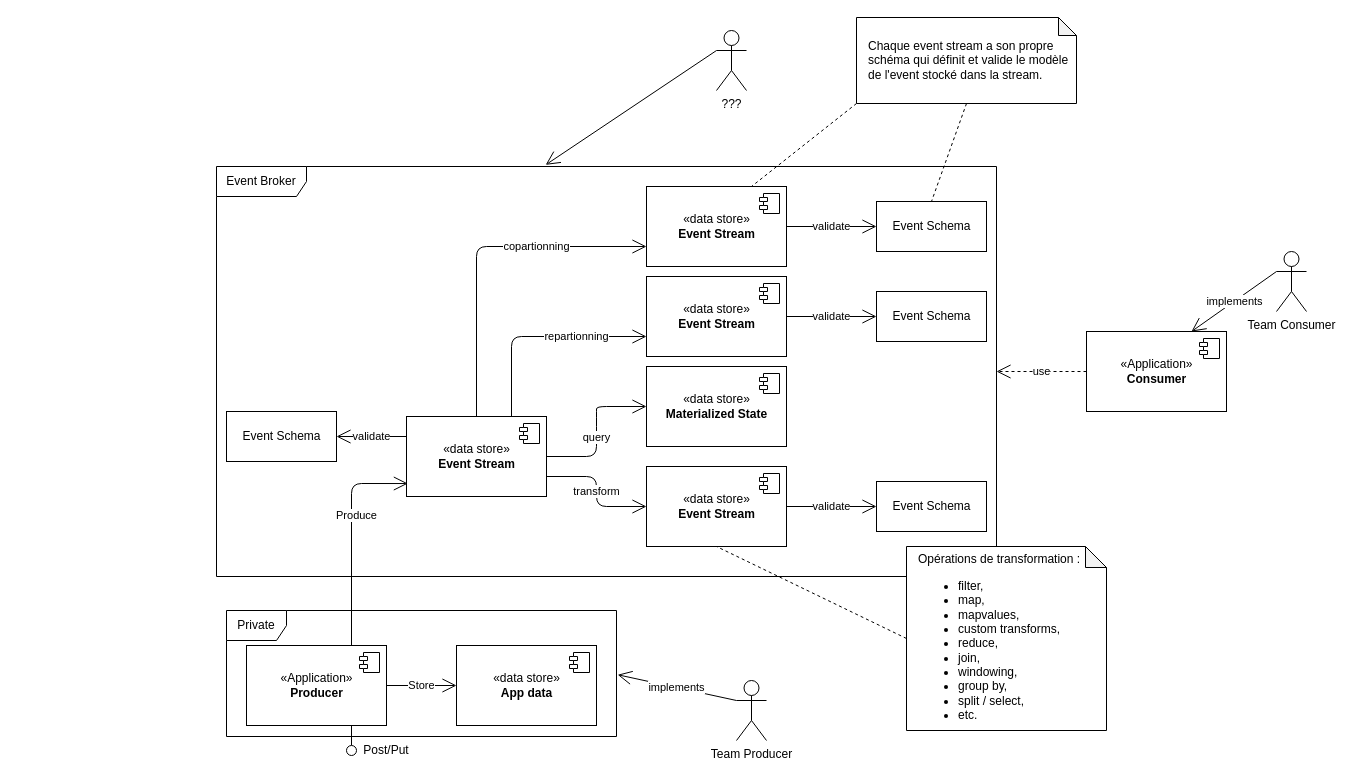
The draw.io diagram page "Page-2" (2 of 2) of drafts/data-liberation.drawio in diplomegalo/event-driven, before the edit. Source tidied: cells renumbered, new cells numbered last; positions are measured from the earlier drawing's top-left corner, leaving out a move shared by most shapes. Both pictures are drawn from the tidied source at 100%, with x=0, y=0 at pixel (216, 17).
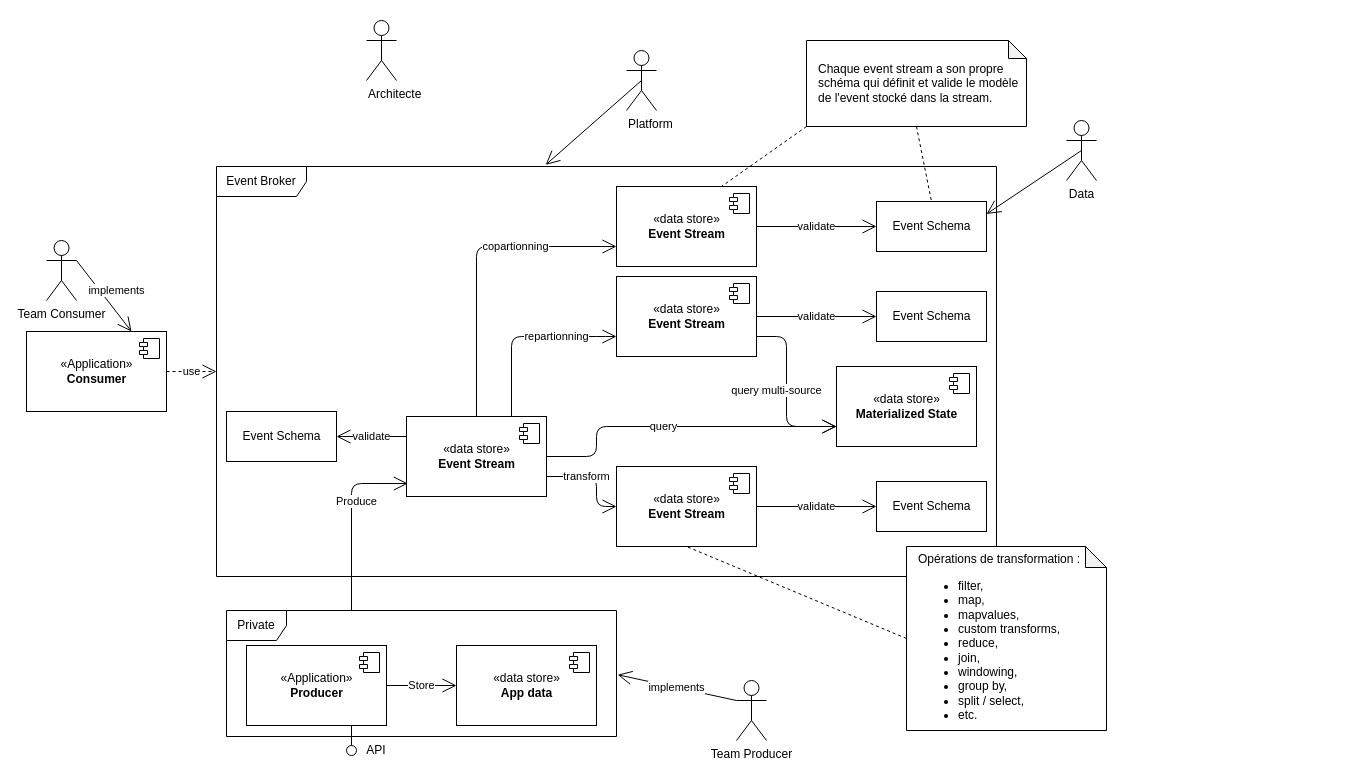
The same diagram, later.

Commit message (it also covers changes not shown here):
Integrating Event-Driven and Request-Response Microservices

The change refers to these unchanged cells:
```xml
<mxCell id="3" value="Event Broker" style="shape=umlFrame;whiteSpace=wrap;html=1;width=90;height=30;" parent="1" vertex="1">
  <mxGeometry y="149" width="780" height="410" as="geometry" />
</mxCell>
<mxCell id="4" value="«Application»&lt;br&gt;&lt;b&gt;Producer&lt;/b&gt;" style="html=1;" parent="1" vertex="1">
  <mxGeometry x="30" y="628" width="140" height="80" as="geometry" />
</mxCell>
<mxCell id="12" value="«data store»&lt;br&gt;&lt;b&gt;Event Stream&lt;/b&gt;" style="html=1;" parent="1" vertex="1">
  <mxGeometry x="190" y="399" width="140" height="80" as="geometry" />
</mxCell>
<mxCell id="38" value="Event Schema" style="html=1;" parent="1" vertex="1">
  <mxGeometry x="660" y="184" width="110" height="50" as="geometry" />
</mxCell>
```

The edit, as a diff of the source:
```diff
@@
-    <mxCell id="10" value="Post/Put" style="text;html=1;strokeColor=none;fillColor=none;align=center;verticalAlign=middle;whiteSpace=wrap;rounded=0;" parent="1" vertex="1">
-      <mxGeometry x="150" y="723" width="40" height="20" as="geometry" />
+    <mxCell id="10" value="API" style="text;html=1;strokeColor=none;fillColor=none;align=center;verticalAlign=middle;whiteSpace=wrap;rounded=0;" parent="1" vertex="1">
+      <mxGeometry x="140" y="723" width="40" height="20" as="geometry" />
     </mxCell>
@@
-    <mxCell id="14" value="Produce" style="endArrow=open;endFill=1;endSize=12;html=1;exitX=0.75;exitY=0;exitDx=0;exitDy=0;entryX=0.01;entryY=0.838;entryDx=0;entryDy=0;entryPerimeter=0;" parent="1" edge="1" source="4" target="12">
+    <mxCell id="14" value="Produce" style="endArrow=open;endFill=1;endSize=12;html=1;entryX=0.01;entryY=0.838;entryDx=0;entryDy=0;entryPerimeter=0;" parent="1" edge="1" target="12">
       <mxGeometry x="0.19" y="-5" relative="1" as="geometry">
+        <mxPoint x="135" y="593" as="sourcePoint" />
         <Array as="points">
           <mxPoint x="135" y="466" />
         </Array>
       </mxGeometry>
     </mxCell>
     <mxCell id="15" value="«data store»&lt;br&gt;&lt;b&gt;Materialized State&lt;/b&gt;" style="html=1;" parent="1" vertex="1">
-      <mxGeometry x="430" y="349" width="140" height="80" as="geometry" />
+      <mxGeometry x="620" y="349" width="140" height="80" as="geometry" />
     </mxCell>
@@
     <mxCell id="17" value="«data store»&lt;br&gt;&lt;b&gt;Event Stream&lt;/b&gt;" style="html=1;" parent="1" vertex="1">
-      <mxGeometry x="430" y="449" width="140" height="80" as="geometry" />
+      <mxGeometry x="400" y="449" width="140" height="80" as="geometry" />
     </mxCell>
@@
     <mxCell id="19" value="transform" style="endArrow=open;endFill=1;endSize=12;html=1;exitX=1;exitY=0.75;exitDx=0;exitDy=0;entryX=0;entryY=0.5;entryDx=0;entryDy=0;" parent="1" edge="1" source="12" target="17">
-      <mxGeometry relative="1" as="geometry">
+      <mxGeometry x="-0.2" relative="1" as="geometry">
         <Array as="points">
           <mxPoint x="380" y="459" />
           <mxPoint x="380" y="489" />
         </Array>
       </mxGeometry>
     </mxCell>
@@
-    <mxCell id="22" value="query" style="endArrow=open;endFill=1;endSize=12;html=1;exitX=1;exitY=0.5;exitDx=0;exitDy=0;entryX=0;entryY=0.5;entryDx=0;entryDy=0;" parent="1" edge="1" source="12" target="15">
+    <mxCell id="22" value="query" style="endArrow=open;endFill=1;endSize=12;html=1;exitX=1;exitY=0.5;exitDx=0;exitDy=0;entryX=0;entryY=0.75;entryDx=0;entryDy=0;" parent="1" edge="1" source="12" target="15">
       <mxGeometry x="-0.08" relative="1" as="geometry">
         <Array as="points">
           <mxPoint x="380" y="439" />
-          <mxPoint x="380" y="399" />
-          <mxPoint x="380" y="389" />
+          <mxPoint x="380" y="409" />
         </Array>
       </mxGeometry>
     </mxCell>
     <mxCell id="23" value="«data store»&lt;br&gt;&lt;b&gt;Event Stream&lt;/b&gt;" style="html=1;" parent="1" vertex="1">
-      <mxGeometry x="430" y="259" width="140" height="80" as="geometry" />
+      <mxGeometry x="400" y="259" width="140" height="80" as="geometry" />
     </mxCell>
@@
     <mxCell id="25" value="«data store»&lt;br&gt;&lt;b&gt;Event Stream&lt;/b&gt;" style="html=1;" parent="1" vertex="1">
-      <mxGeometry x="430" y="169" width="140" height="80" as="geometry" />
+      <mxGeometry x="400" y="169" width="140" height="80" as="geometry" />
     </mxCell>
@@
     <mxCell id="29" value="«Application»&lt;br&gt;&lt;b&gt;Consumer&lt;/b&gt;" style="html=1;" parent="1" vertex="1">
-      <mxGeometry x="870" y="314" width="140" height="80" as="geometry" />
+      <mxGeometry x="-190" y="314" width="140" height="80" as="geometry" />
     </mxCell>
@@
-    <mxCell id="31" value="use" style="endArrow=open;endSize=12;dashed=1;html=1;exitX=0;exitY=0.5;exitDx=0;exitDy=0;" parent="1" edge="1" source="29" target="3">
+    <mxCell id="31" value="use" style="endArrow=open;endSize=12;dashed=1;html=1;exitX=1;exitY=0.5;exitDx=0;exitDy=0;" parent="1" edge="1" source="29" target="3">
       <mxGeometry relative="1" as="geometry" />
     </mxCell>
     <mxCell id="32" value="Team Consumer" style="shape=umlActor;verticalLabelPosition=bottom;verticalAlign=top;html=1;" parent="1" vertex="1">
-      <mxGeometry x="1060" y="234" width="30" height="60" as="geometry" />
+      <mxGeometry x="-170" y="223" width="30" height="60" as="geometry" />
     </mxCell>
-    <mxCell id="33" value="implements" style="endArrow=open;endFill=1;endSize=12;html=1;exitX=0;exitY=0.3333333333333333;exitDx=0;exitDy=0;exitPerimeter=0;entryX=0.75;entryY=0;entryDx=0;entryDy=0;" parent="1" edge="1" source="32" target="29">
-      <mxGeometry relative="1" as="geometry" />
+    <mxCell id="33" value="implements" style="endArrow=open;endFill=1;endSize=12;html=1;exitX=1;exitY=0.3333333333333333;exitDx=0;exitDy=0;exitPerimeter=0;entryX=0.75;entryY=0;entryDx=0;entryDy=0;" parent="1" edge="1" source="32" target="29">
+      <mxGeometry x="0.07" y="13" relative="1" as="geometry" />
     </mxCell>
@@
-    <mxCell id="36" value="???" style="shape=umlActor;verticalLabelPosition=bottom;verticalAlign=top;html=1;" parent="1" vertex="1">
-      <mxGeometry x="500" y="13" width="30" height="60" as="geometry" />
+    <mxCell id="36" value="Data" style="shape=umlActor;verticalLabelPosition=bottom;verticalAlign=top;html=1;" parent="1" vertex="1">
+      <mxGeometry x="850" y="103" width="30" height="60" as="geometry" />
     </mxCell>
-    <mxCell id="37" style="endArrow=open;endFill=1;endSize=12;html=1;exitX=0;exitY=0.3333333333333333;exitDx=0;exitDy=0;exitPerimeter=0;entryX=0.422;entryY=-0.004;entryDx=0;entryDy=0;entryPerimeter=0;" parent="1" edge="1" source="36" target="3">
+    <mxCell id="37" style="endArrow=open;endFill=1;endSize=12;html=1;entryX=0.422;entryY=-0.004;entryDx=0;entryDy=0;entryPerimeter=0;exitX=0.5;exitY=0.5;exitDx=0;exitDy=0;exitPerimeter=0;" parent="1" edge="1" source="51" target="3">
       <mxGeometry relative="1" as="geometry" />
     </mxCell>
@@
     <mxCell id="40" value="Chaque event stream a son propre schéma qui définit et valide le modèle de l'event stocké dans la stream." style="shape=note;whiteSpace=wrap;html=1;backgroundOutline=1;darkOpacity=0.05;align=left;spacingLeft=10;size=18;" parent="1" vertex="1">
-      <mxGeometry x="640" width="220" height="86" as="geometry" />
+      <mxGeometry x="590" y="23" width="220" height="86" as="geometry" />
     </mxCell>
@@
+    <mxCell id="49" value="query multi-source" style="endArrow=open;endFill=1;endSize=12;html=1;exitX=1;exitY=0.75;exitDx=0;exitDy=0;entryX=0;entryY=0.75;entryDx=0;entryDy=0;" parent="1" edge="1" source="23" target="15">
+      <mxGeometry x="-0.01" y="-10" relative="1" as="geometry">
+        <Array as="points">
+          <mxPoint x="570" y="319" />
+          <mxPoint x="570" y="409" />
+        </Array>
+      </mxGeometry>
+    </mxCell>
+    <mxCell id="50" value="Architecte" style="shape=umlActor;verticalLabelPosition=bottom;verticalAlign=top;html=1;align=left;" parent="1" vertex="1">
+      <mxGeometry x="150" y="3" width="30" height="60" as="geometry" />
+    </mxCell>
+    <mxCell id="51" value="Platform" style="shape=umlActor;verticalLabelPosition=bottom;verticalAlign=top;html=1;align=left;" parent="1" vertex="1">
+      <mxGeometry x="410" y="33" width="30" height="60" as="geometry" />
+    </mxCell>
+    <mxCell id="52" style="endArrow=open;endFill=1;endSize=12;html=1;entryX=1;entryY=0.25;entryDx=0;entryDy=0;exitX=0.5;exitY=0.5;exitDx=0;exitDy=0;exitPerimeter=0;" parent="1" edge="1" source="36" target="38">
+      <mxGeometry relative="1" as="geometry" />
+    </mxCell>
```
